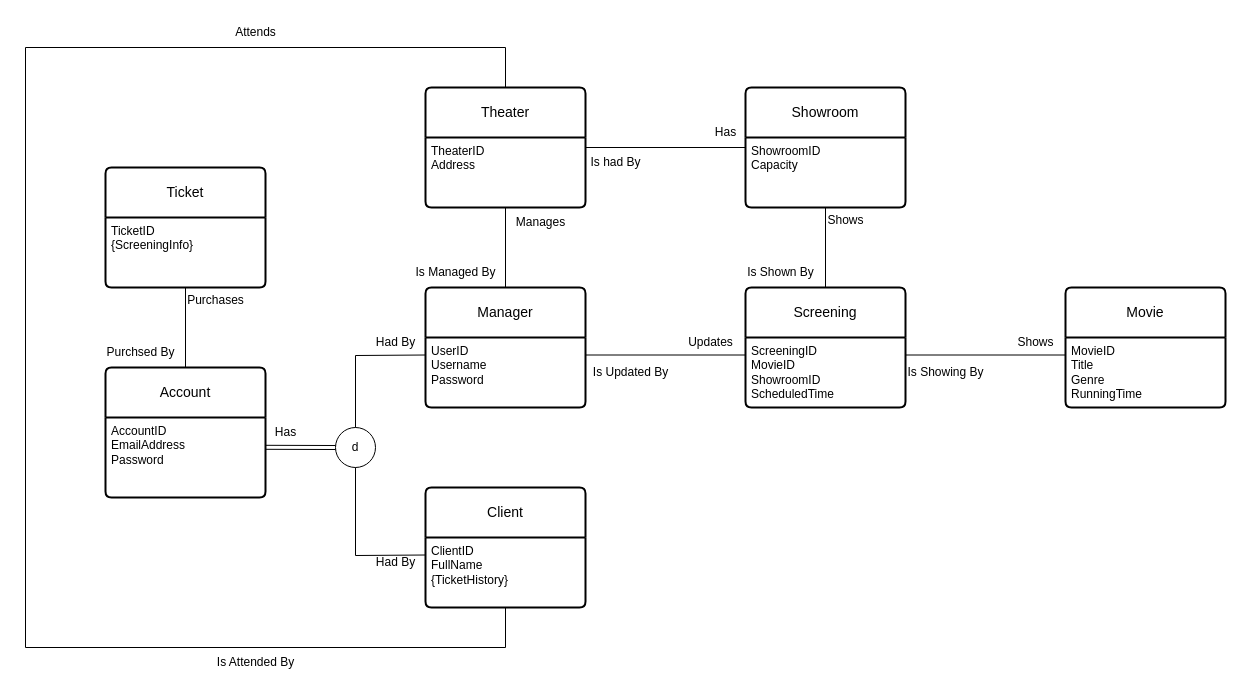
Earlier version of the draw.io diagram FinalProjectEER.drawio (JustinBouffard/MovieTheaterManagementApp). Source tidied: cells renumbered, new cells numbered last; positions are measured from the earlier drawing's top-left corner, leaving out a move shared by most shapes. Both pictures are drawn from the tidied source at 100%, with x=0, y=0 at pixel (25, 17).
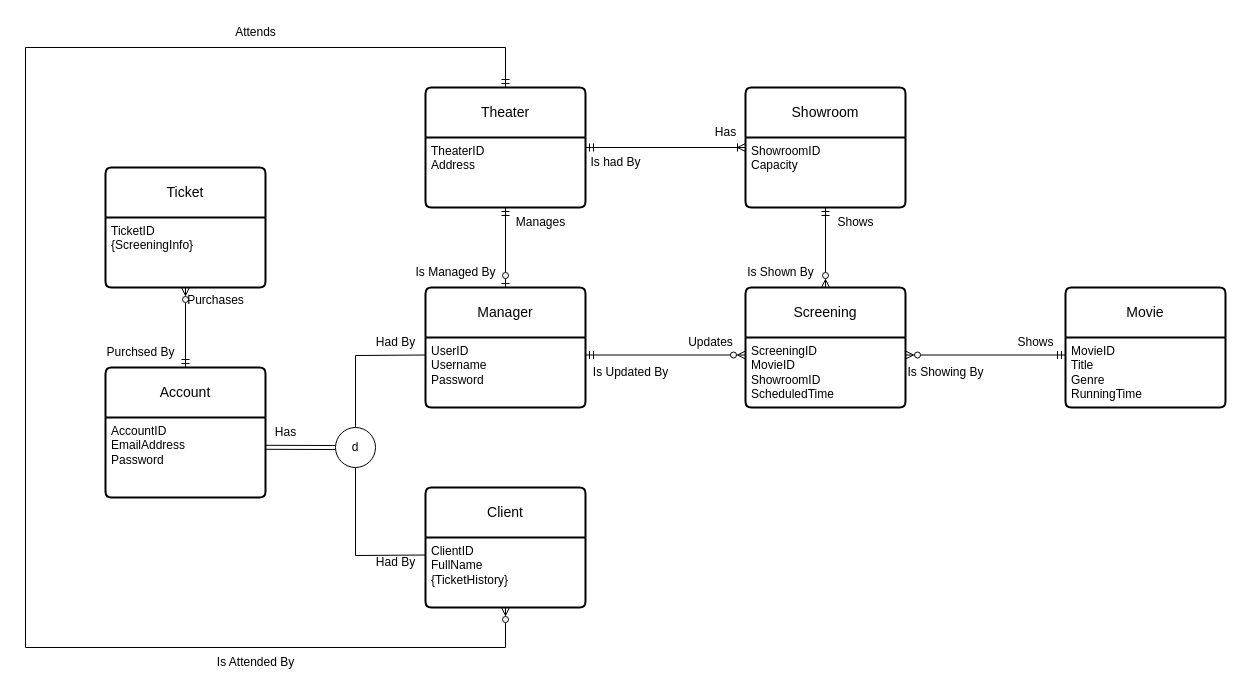
The same diagram, later.

Commit message:
added crow's foot notation

The change refers to these unchanged cells:
```xml
<mxCell id="3" value="ClientID&lt;div&gt;FullName&lt;/div&gt;&lt;div&gt;{TicketHistory}&lt;/div&gt;" style="align=left;strokeColor=none;fillColor=none;spacingLeft=4;spacingRight=4;fontSize=12;verticalAlign=top;html=1;whiteSpace=wrap;" parent="2" vertex="1">
  <mxGeometry y="50" width="160" height="70" as="geometry" />
</mxCell>
<mxCell id="4" value="Manager" style="swimlane;horizontal=1;startSize=50;rounded=1;fontSize=14;fontStyle=0;strokeWidth=2;shadow=0;dashed=0;align=center;arcSize=4;whiteSpace=wrap;html=1;" parent="1" vertex="1">
  <mxGeometry x="400" y="270" width="160" height="120" as="geometry" />
</mxCell>
<mxCell id="5" value="&lt;div&gt;UserID&lt;/div&gt;Username&lt;div&gt;Password&lt;/div&gt;" style="align=left;strokeColor=none;fillColor=none;spacingLeft=4;spacingRight=4;fontSize=12;verticalAlign=top;html=1;whiteSpace=wrap;" parent="4" vertex="1">
  <mxGeometry y="50" width="160" height="70" as="geometry" />
</mxCell>
<mxCell id="7" value="MovieID&lt;div&gt;Title&lt;/div&gt;&lt;div&gt;Genre&lt;/div&gt;&lt;div&gt;RunningTime&lt;/div&gt;" style="align=left;strokeColor=none;fillColor=none;spacingLeft=4;spacingRight=4;fontSize=12;verticalAlign=top;html=1;whiteSpace=wrap;" parent="6" vertex="1">
  <mxGeometry y="50" width="160" height="70" as="geometry" />
</mxCell>
<mxCell id="9" value="ShowroomID&lt;div&gt;Capacity&lt;/div&gt;" style="align=left;strokeColor=none;fillColor=none;spacingLeft=4;spacingRight=4;fontSize=12;verticalAlign=top;html=1;whiteSpace=wrap;" parent="8" vertex="1">
  <mxGeometry y="50" width="160" height="70" as="geometry" />
</mxCell>
<mxCell id="10" value="Screening" style="swimlane;horizontal=1;startSize=50;rounded=1;fontSize=14;fontStyle=0;strokeWidth=2;shadow=0;dashed=0;align=center;arcSize=4;whiteSpace=wrap;html=1;" parent="1" vertex="1">
  <mxGeometry x="720" y="270" width="160" height="120" as="geometry" />
</mxCell>
<mxCell id="11" value="&lt;div&gt;ScreeningID&lt;/div&gt;MovieID&lt;div&gt;ShowroomID&lt;/div&gt;&lt;div&gt;ScheduledTime&lt;/div&gt;" style="align=left;strokeColor=none;fillColor=none;spacingLeft=4;spacingRight=4;fontSize=12;verticalAlign=top;html=1;whiteSpace=wrap;" parent="10" vertex="1">
  <mxGeometry y="50" width="160" height="70" as="geometry" />
</mxCell>
<mxCell id="13" value="TicketID&lt;div&gt;{ScreeningInfo}&lt;/div&gt;" style="align=left;strokeColor=none;fillColor=none;spacingLeft=4;spacingRight=4;fontSize=12;verticalAlign=top;html=1;whiteSpace=wrap;" parent="12" vertex="1">
  <mxGeometry y="50" width="160" height="70" as="geometry" />
</mxCell>
<mxCell id="18" value="Account" style="swimlane;horizontal=1;startSize=50;rounded=1;fontSize=14;fontStyle=0;strokeWidth=2;shadow=0;dashed=0;align=center;arcSize=4;whiteSpace=wrap;html=1;" parent="1" vertex="1">
  <mxGeometry x="80" y="350" width="160" height="130" as="geometry" />
</mxCell>
<mxCell id="20" value="Theater" style="swimlane;horizontal=1;startSize=50;rounded=1;fontSize=14;fontStyle=0;strokeWidth=2;shadow=0;dashed=0;align=center;arcSize=4;whiteSpace=wrap;html=1;" parent="1" vertex="1">
  <mxGeometry x="400" y="70" width="160" height="120" as="geometry" />
</mxCell>
<mxCell id="21" value="TheaterID&lt;div&gt;Address&lt;/div&gt;&lt;div&gt;&lt;br&gt;&lt;/div&gt;" style="align=left;strokeColor=none;fillColor=none;spacingLeft=4;spacingRight=4;fontSize=12;verticalAlign=top;html=1;whiteSpace=wrap;" parent="20" vertex="1">
  <mxGeometry y="50" width="160" height="70" as="geometry" />
</mxCell>
```

Change to the diagram source:
```diff
@@
-    <mxCell id="15" style="endArrow=none;html=1;rounded=0;exitX=1;exitY=0.25;exitDx=0;exitDy=0;entryX=0;entryY=0.25;entryDx=0;entryDy=0;" parent="1" edge="1" source="11" target="7">
+    <mxCell id="15" style="endArrow=ERmandOne;html=1;rounded=0;exitX=1;exitY=0.25;exitDx=0;exitDy=0;entryX=0;entryY=0.25;entryDx=0;entryDy=0;endFill=0;startArrow=ERzeroToMany;startFill=0;" parent="1" edge="1" source="11" target="7">
       <mxGeometry relative="1" as="geometry" />
     </mxCell>
@@
-    <mxCell id="22" style="endArrow=none;html=1;rounded=0;exitX=0.5;exitY=0;exitDx=0;exitDy=0;entryX=0.5;entryY=1;entryDx=0;entryDy=0;" parent="1" edge="1" source="4" target="21">
+    <mxCell id="22" style="endArrow=ERmandOne;html=1;rounded=0;exitX=0.5;exitY=0;exitDx=0;exitDy=0;entryX=0.5;entryY=1;entryDx=0;entryDy=0;endFill=0;startArrow=ERzeroToOne;startFill=0;" parent="1" edge="1" source="4" target="21">
       <mxGeometry relative="1" as="geometry" />
     </mxCell>
@@
-    <mxCell id="25" style="endArrow=none;html=1;rounded=0;exitX=1;exitY=0.25;exitDx=0;exitDy=0;entryX=0;entryY=0.25;entryDx=0;entryDy=0;" parent="1" edge="1">
+    <mxCell id="25" style="endArrow=ERoneToMany;html=1;rounded=0;exitX=1;exitY=0.25;exitDx=0;exitDy=0;entryX=0;entryY=0.25;entryDx=0;entryDy=0;endFill=0;startArrow=ERmandOne;startFill=0;" parent="1" edge="1">
       <mxGeometry relative="1" as="geometry">
         <mxPoint x="560" y="130" as="sourcePoint" />
         <mxPoint x="720" y="130" as="targetPoint" />
       </mxGeometry>
     </mxCell>
@@
-    <mxCell id="28" style="endArrow=none;html=1;rounded=0;entryX=0;entryY=0.25;entryDx=0;entryDy=0;exitX=1;exitY=0.25;exitDx=0;exitDy=0;" parent="1" edge="1" source="5" target="11">
+    <mxCell id="28" style="endArrow=ERzeroToMany;html=1;rounded=0;entryX=0;entryY=0.25;entryDx=0;entryDy=0;exitX=1;exitY=0.25;exitDx=0;exitDy=0;endFill=0;startArrow=ERmandOne;startFill=0;" parent="1" edge="1" source="5" target="11">
       <mxGeometry relative="1" as="geometry" />
     </mxCell>
@@
-    <mxCell id="31" style="endArrow=none;html=1;rounded=0;exitX=0.5;exitY=0;exitDx=0;exitDy=0;entryX=0.5;entryY=1;entryDx=0;entryDy=0;" parent="1" edge="1" source="10" target="9">
+    <mxCell id="31" style="endArrow=ERmandOne;html=1;rounded=0;exitX=0.5;exitY=0;exitDx=0;exitDy=0;entryX=0.5;entryY=1;entryDx=0;entryDy=0;endFill=0;startArrow=ERzeroToMany;startFill=0;" parent="1" edge="1" source="10" target="9">
       <mxGeometry relative="1" as="geometry" />
     </mxCell>
     <mxCell id="32" value="Shows" style="text;html=1;align=center;verticalAlign=middle;strokeColor=none;fillColor=none;" parent="1" vertex="1">
-      <mxGeometry x="790" y="188" width="60" height="30" as="geometry" />
+      <mxGeometry x="800" y="190" width="60" height="30" as="geometry" />
     </mxCell>
@@
-    <mxCell id="34" style="endArrow=none;html=1;rounded=0;exitX=0.5;exitY=0;exitDx=0;exitDy=0;entryX=0.5;entryY=1;entryDx=0;entryDy=0;" parent="1" edge="1" source="18" target="13">
+    <mxCell id="34" style="endArrow=ERzeroToMany;html=1;rounded=0;exitX=0.5;exitY=0;exitDx=0;exitDy=0;entryX=0.5;entryY=1;entryDx=0;entryDy=0;startArrow=ERmandOne;startFill=0;endFill=0;" parent="1" edge="1" source="18" target="13">
       <mxGeometry relative="1" as="geometry" />
     </mxCell>
@@
-    <mxCell id="44" style="endArrow=none;html=1;rounded=0;exitX=0.5;exitY=1;exitDx=0;exitDy=0;entryX=0.5;entryY=0;entryDx=0;entryDy=0;" parent="1" edge="1" source="3" target="20">
+    <mxCell id="44" style="endArrow=ERmandOne;html=1;rounded=0;exitX=0.5;exitY=1;exitDx=0;exitDy=0;entryX=0.5;entryY=0;entryDx=0;entryDy=0;endFill=0;startArrow=ERzeroToMany;startFill=0;" parent="1" edge="1" source="3" target="20">
       <mxGeometry relative="1" as="geometry">
         <Array as="points">
           <mxPoint x="480" y="630" />
           <mxPoint y="630" />
           <mxPoint y="30" />
           <mxPoint x="480" y="30" />
         </Array>
       </mxGeometry>
     </mxCell>
```
